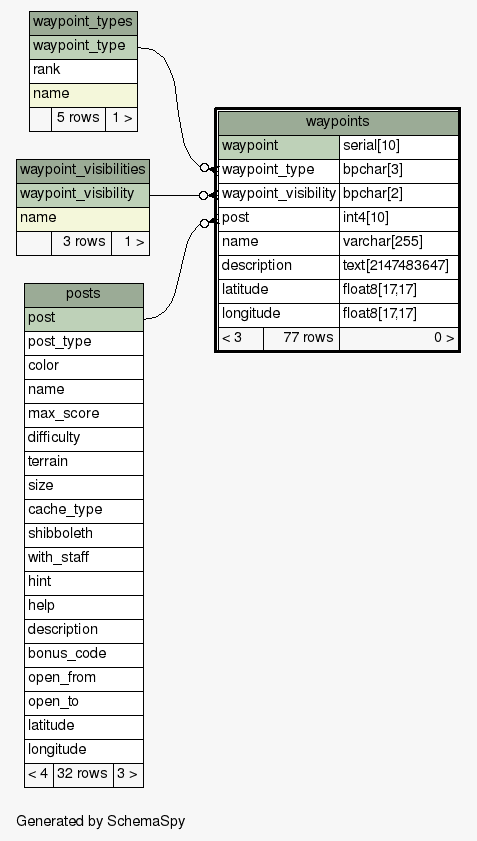
Above: Brazda/doc/db/diagrams/waypoints.1degree.png in xmarwin/brazda (Graphviz), before the change. Its source is kept beside it as Brazda/doc/db/diagrams/waypoints.1degree.dot.
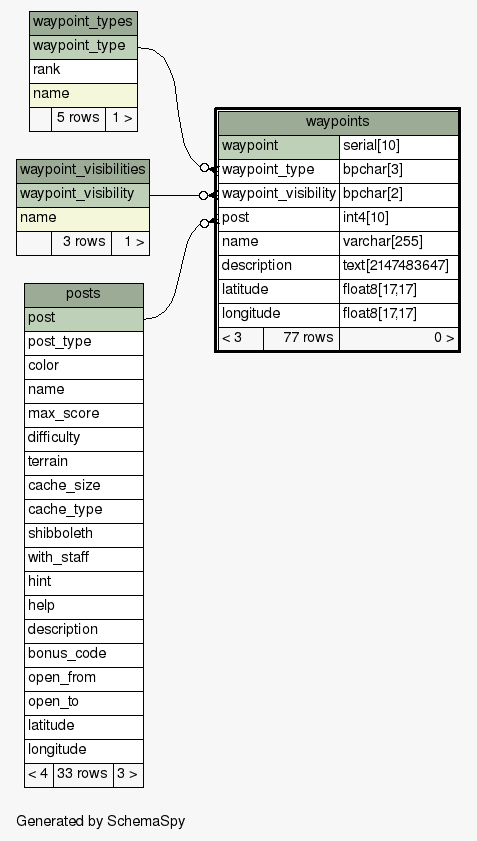
The same diagram one commit later.

Diff of the diagram source:
```diff
@@ -31,7 +31,7 @@
       <TR><TD PORT="max_score" COLSPAN="3" ALIGN="LEFT">max_score</TD></TR>
       <TR><TD PORT="difficulty" COLSPAN="3" ALIGN="LEFT">difficulty</TD></TR>
       <TR><TD PORT="terrain" COLSPAN="3" ALIGN="LEFT">terrain</TD></TR>
-      <TR><TD PORT="size" COLSPAN="3" ALIGN="LEFT">size</TD></TR>
+      <TR><TD PORT="cache_size" COLSPAN="3" ALIGN="LEFT">cache_size</TD></TR>
       <TR><TD PORT="cache_type" COLSPAN="3" ALIGN="LEFT">cache_type</TD></TR>
       <TR><TD PORT="shibboleth" COLSPAN="3" ALIGN="LEFT">shibboleth</TD></TR>
       <TR><TD PORT="with_staff" COLSPAN="3" ALIGN="LEFT">with_staff</TD></TR>
@@ -43,7 +43,7 @@
       <TR><TD PORT="open_to" COLSPAN="3" ALIGN="LEFT">open_to</TD></TR>
       <TR><TD PORT="latitude" COLSPAN="3" ALIGN="LEFT">latitude</TD></TR>
       <TR><TD PORT="longitude" COLSPAN="3" ALIGN="LEFT">longitude</TD></TR>
-      <TR><TD ALIGN="LEFT" BGCOLOR="#f7f7f7">&lt; 4</TD><TD ALIGN="RIGHT" BGCOLOR="#f7f7f7">32 rows</TD><TD ALIGN="RIGHT" BGCOLOR="#f7f7f7">3 &gt;</TD></TR>
+      <TR><TD ALIGN="LEFT" BGCOLOR="#f7f7f7">&lt; 4</TD><TD ALIGN="RIGHT" BGCOLOR="#f7f7f7">33 rows</TD><TD ALIGN="RIGHT" BGCOLOR="#f7f7f7">3 &gt;</TD></TR>
     </TABLE>>
     URL="posts.html"
     tooltip="posts"
```
